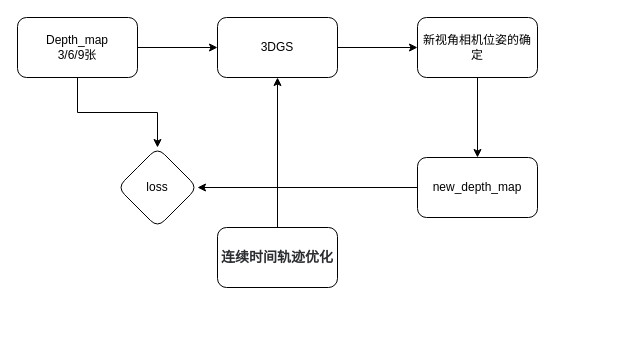
Above: model_net.drawio in zzcPeace/draw.io (draw.io), before the change. Source tidied: cells renumbered, new cells numbered last; positions are measured from the earlier drawing's top-left corner, leaving out a move shared by most shapes. Both pictures are drawn from the tidied source at 100%, with x=0, y=0 at pixel (17, 17).
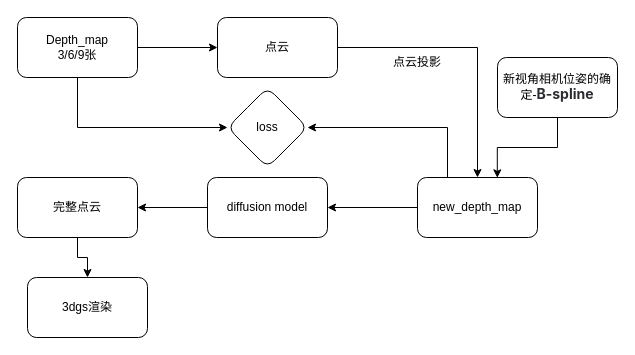
The same diagram, later.

Change to the diagram source:
```diff
@@
 <mxGraphModel>
   <root>
     <mxCell id="0" />
     <mxCell id="1" parent="0" />
     <mxCell id="2" style="edgeStyle=orthogonalEdgeStyle;rounded=0;jettySize=auto;html=1;" parent="1" edge="1" source="4" target="6">
       <mxGeometry relative="1" as="geometry" />
     </mxCell>
-    <mxCell id="3" style="edgeStyle=orthogonalEdgeStyle;rounded=0;jettySize=auto;html=1;exitX=0.5;exitY=1;exitDx=0;exitDy=0;entryX=0.5;entryY=0;entryDx=0;entryDy=0;" parent="1" edge="1" source="4" target="11">
+    <mxCell id="3" style="edgeStyle=orthogonalEdgeStyle;rounded=0;jettySize=auto;html=1;exitX=0.5;exitY=1;exitDx=0;exitDy=0;entryX=0;entryY=0.5;entryDx=0;entryDy=0;" parent="1" edge="1" source="4" target="11">
       <mxGeometry relative="1" as="geometry" />
     </mxCell>
     <mxCell id="4" value="Depth_map&lt;br&gt;3/6/9张" style="rounded=1;whiteSpace=wrap;html=1;" parent="1" vertex="1">
       <mxGeometry width="120" height="60" as="geometry" />
     </mxCell>
-    <mxCell id="5" style="edgeStyle=orthogonalEdgeStyle;rounded=0;jettySize=auto;html=1;" parent="1" edge="1" source="6" target="8">
-      <mxGeometry relative="1" as="geometry" />
-    </mxCell>
+    <mxCell id="14" style="edgeStyle=orthogonalEdgeStyle;rounded=0;jettySize=auto;html=1;exitX=1;exitY=0.5;exitDx=0;exitDy=0;entryX=0.5;entryY=0;entryDx=0;entryDy=0;" parent="1" edge="1" source="6" target="10">
+      <mxGeometry relative="1" as="geometry" />
+    </mxCell>
-    <mxCell id="6" value="3DGS" style="whiteSpace=wrap;html=1;rounded=1;" parent="1" vertex="1">
+    <mxCell id="6" value="点云" style="whiteSpace=wrap;html=1;rounded=1;" parent="1" vertex="1">
       <mxGeometry x="200" width="120" height="60" as="geometry" />
     </mxCell>
-    <mxCell id="7" style="edgeStyle=orthogonalEdgeStyle;rounded=0;jettySize=auto;html=1;" parent="1" edge="1" source="8" target="10">
-      <mxGeometry relative="1" as="geometry" />
-    </mxCell>
-    <mxCell id="8" value="新视角相机位姿的确定" style="whiteSpace=wrap;html=1;rounded=1;" parent="1" vertex="1">
-      <mxGeometry x="400" width="120" height="60" as="geometry" />
+    <mxCell id="8" value="新视角相机位姿的确定-&lt;strong class=&quot;ng-star-inserted&quot; style=&quot;box-sizing: border-box; color: rgb(43, 45, 49); font-family: Inter, sans-serif; font-size: 14px; text-align: start; background-color: rgb(255, 255, 255);&quot;&gt;&lt;span class=&quot;ng-star-inserted&quot; style=&quot;box-sizing: border-box;&quot;&gt;B-spline&lt;/span&gt;&lt;/strong&gt;" style="whiteSpace=wrap;html=1;rounded=1;" parent="1" vertex="1">
+      <mxGeometry x="480" y="40" width="120" height="60" as="geometry" />
     </mxCell>
+    <mxCell id="15" style="edgeStyle=orthogonalEdgeStyle;rounded=0;jettySize=auto;html=1;" parent="1" edge="1" source="10" target="19">
+      <mxGeometry relative="1" as="geometry" />
+    </mxCell>
-    <mxCell id="9" style="edgeStyle=orthogonalEdgeStyle;rounded=0;jettySize=auto;html=1;" parent="1" edge="1" source="10" target="11">
+    <mxCell id="9" style="edgeStyle=orthogonalEdgeStyle;rounded=0;jettySize=auto;html=1;exitX=0.25;exitY=0;exitDx=0;exitDy=0;entryX=1;entryY=0.5;entryDx=0;entryDy=0;" parent="1" edge="1" source="10" target="11">
       <mxGeometry relative="1" as="geometry" />
     </mxCell>
     <mxCell id="10" value="new_depth_map" style="whiteSpace=wrap;html=1;rounded=1;" parent="1" vertex="1">
-      <mxGeometry x="400" y="140" width="120" height="60" as="geometry" />
+      <mxGeometry x="400" y="160" width="120" height="60" as="geometry" />
     </mxCell>
     <mxCell id="11" value="loss" style="rhombus;whiteSpace=wrap;html=1;rounded=1;" parent="1" vertex="1">
-      <mxGeometry x="100" y="130" width="80" height="80" as="geometry" />
+      <mxGeometry x="210" y="70" width="80" height="80" as="geometry" />
     </mxCell>
-    <mxCell id="12" style="edgeStyle=orthogonalEdgeStyle;rounded=0;jettySize=auto;html=1;exitX=0.5;exitY=0;exitDx=0;exitDy=0;entryX=0.5;entryY=1;entryDx=0;entryDy=0;" parent="1" edge="1" source="13" target="6">
-      <mxGeometry relative="1" as="geometry" />
-    </mxCell>
-    <mxCell id="13" value="&lt;strong class=&quot;ng-star-inserted&quot; style=&quot;box-sizing: border-box; color: rgb(43, 45, 49); font-family: Inter, sans-serif; font-size: 14px; text-align: start; background-color: rgb(255, 255, 255);&quot;&gt;&lt;span class=&quot;ng-star-inserted&quot; style=&quot;box-sizing: border-box;&quot;&gt;连续时间轨迹优化&lt;/span&gt;&lt;/strong&gt;" style="rounded=1;whiteSpace=wrap;html=1;" parent="1" vertex="1">
-      <mxGeometry x="200" y="210" width="120" height="60" as="geometry" />
-    </mxCell>
+    <mxCell id="16" value="点云投影" style="text;html=1;whiteSpace=wrap;strokeColor=none;fillColor=none;align=center;verticalAlign=middle;rounded=0;" parent="1" vertex="1">
+      <mxGeometry x="370" y="30" width="60" height="30" as="geometry" />
+    </mxCell>
+    <mxCell id="17" style="edgeStyle=orthogonalEdgeStyle;rounded=0;jettySize=auto;html=1;" parent="1" edge="1" target="8">
+      <mxGeometry relative="1" as="geometry" />
+    </mxCell>
+    <mxCell id="7" style="edgeStyle=orthogonalEdgeStyle;rounded=0;jettySize=auto;html=1;exitX=0.5;exitY=1;exitDx=0;exitDy=0;entryX=0.665;entryY=0.005;entryDx=0;entryDy=0;entryPerimeter=0;" parent="1" edge="1" source="8" target="10">
+      <mxGeometry relative="1" as="geometry" />
+    </mxCell>
+    <mxCell id="18" style="edgeStyle=orthogonalEdgeStyle;rounded=0;jettySize=auto;html=1;" parent="1" edge="1" source="19" target="21">
+      <mxGeometry relative="1" as="geometry" />
+    </mxCell>
+    <mxCell id="19" value="diffusion model" style="rounded=1;whiteSpace=wrap;html=1;" parent="1" vertex="1">
+      <mxGeometry x="190" y="160" width="120" height="60" as="geometry" />
+    </mxCell>
+    <mxCell id="20" style="edgeStyle=orthogonalEdgeStyle;rounded=0;jettySize=auto;html=1;" parent="1" edge="1" source="21" target="22">
+      <mxGeometry relative="1" as="geometry" />
+    </mxCell>
+    <mxCell id="21" value="完整点云" style="rounded=1;whiteSpace=wrap;html=1;" parent="1" vertex="1">
+      <mxGeometry y="160" width="120" height="60" as="geometry" />
+    </mxCell>
+    <mxCell id="22" value="3dgs渲染" style="whiteSpace=wrap;html=1;rounded=1;" parent="1" vertex="1">
+      <mxGeometry x="10" y="260" width="120" height="60" as="geometry" />
+    </mxCell>
   </root>
 </mxGraphModel>
```
